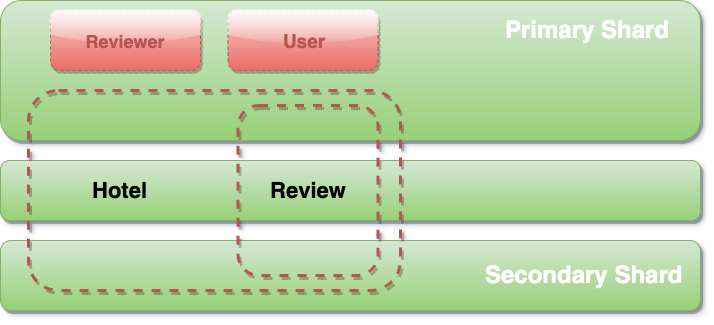
Earlier version of the draw.io export img/soft_arch3.png (MatteoDJon/Task2LSMDB). Source tidied: cells renumbered, new cells last; positions are measured from the earlier drawing's top-left corner, leaving out a move shared by most shapes.
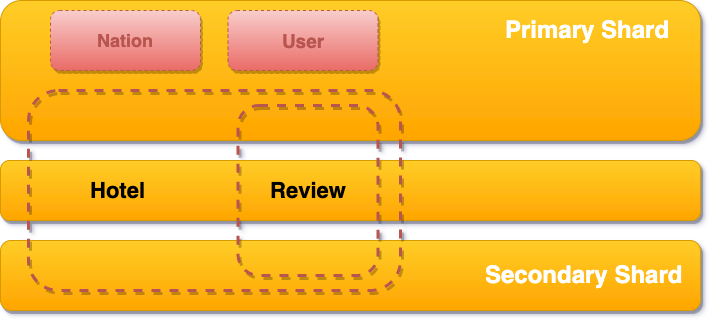
After the change.

What changed in the source:
```diff
@@ -2,19 +2,19 @@
   <root>
     <mxCell id="0" />
     <mxCell id="1" parent="0" />
-    <mxCell id="2" style="rounded=1;whiteSpace=wrap;html=1;fillColor=#d5e8d4;strokeColor=#82b366;glass=0;comic=0;gradientColor=#97d077;shadow=1;" parent="1" vertex="1">
+    <mxCell id="2" style="rounded=1;whiteSpace=wrap;html=1;fillColor=#ffcd28;strokeColor=#d79b00;glass=0;comic=0;gradientColor=#ffa500;shadow=1;" parent="1" vertex="1">
       <mxGeometry width="700" height="140" as="geometry" />
     </mxCell>
-    <mxCell id="3" style="rounded=1;whiteSpace=wrap;html=1;fillColor=#d5e8d4;strokeColor=#82b366;glass=0;comic=0;gradientColor=#97d077;shadow=1;" parent="1" vertex="1">
+    <mxCell id="3" style="rounded=1;whiteSpace=wrap;html=1;fillColor=#ffcd28;strokeColor=#d79b00;glass=0;comic=0;gradientColor=#ffa500;shadow=1;" parent="1" vertex="1">
       <mxGeometry y="240" width="700" height="70" as="geometry" />
     </mxCell>
-    <mxCell id="4" style="rounded=1;whiteSpace=wrap;html=1;fillColor=#d5e8d4;strokeColor=#82b366;glass=0;comic=0;gradientColor=#97d077;shadow=1;" parent="1" vertex="1">
+    <mxCell id="4" style="rounded=1;whiteSpace=wrap;html=1;fillColor=#ffcd28;strokeColor=#d79b00;glass=0;comic=0;gradientColor=#ffa500;shadow=1;" parent="1" vertex="1">
       <mxGeometry y="160" width="700" height="60" as="geometry" />
     </mxCell>
-    <mxCell id="5" value="&lt;font color=&quot;#b85450&quot; size=&quot;1&quot;&gt;&lt;b style=&quot;font-size: 18px&quot;&gt;Reviewer&lt;/b&gt;&lt;/font&gt;" style="rounded=1;whiteSpace=wrap;html=1;fillColor=#f8cecc;strokeColor=#b85450;glass=1;comic=0;dashed=1;gradientColor=#ea6b66;shadow=1;" parent="1" vertex="1">
+    <mxCell id="5" value="&lt;font color=&quot;#b85450&quot; size=&quot;1&quot;&gt;&lt;b style=&quot;font-size: 18px&quot;&gt;Nation&lt;/b&gt;&lt;/font&gt;" style="rounded=1;whiteSpace=wrap;html=1;fillColor=#f8cecc;strokeColor=#b85450;glass=0;comic=0;dashed=1;gradientColor=#ea6b66;shadow=1;" parent="1" vertex="1">
       <mxGeometry x="50" y="10" width="150" height="60" as="geometry" />
     </mxCell>
-    <mxCell id="6" value="&lt;font color=&quot;#b85450&quot; style=&quot;font-size: 19px&quot;&gt;&lt;b&gt;User&lt;/b&gt;&lt;/font&gt;" style="rounded=1;whiteSpace=wrap;html=1;fillColor=#f8cecc;strokeColor=#b85450;glass=1;comic=0;dashed=1;gradientColor=#ea6b66;shadow=1;" parent="1" vertex="1">
+    <mxCell id="6" value="&lt;font color=&quot;#b85450&quot; style=&quot;font-size: 19px&quot;&gt;&lt;b&gt;User&lt;/b&gt;&lt;/font&gt;" style="rounded=1;whiteSpace=wrap;html=1;fillColor=#f8cecc;strokeColor=#b85450;glass=0;comic=0;dashed=1;gradientColor=#ea6b66;shadow=1;" parent="1" vertex="1">
       <mxGeometry x="227.5" y="10" width="150" height="60" as="geometry" />
     </mxCell>
     <mxCell id="7" value="Hotel" style="rounded=1;whiteSpace=wrap;html=1;fillColor=none;strokeColor=#b85450;glass=1;comic=0;fontSize=22;verticalAlign=middle;strokeWidth=3;dashed=1;fontStyle=1;gradientColor=#ea6b66;align=left;horizontal=1;spacingLeft=60;spacingBottom=0;shadow=1;" parent="1" vertex="1">
```
